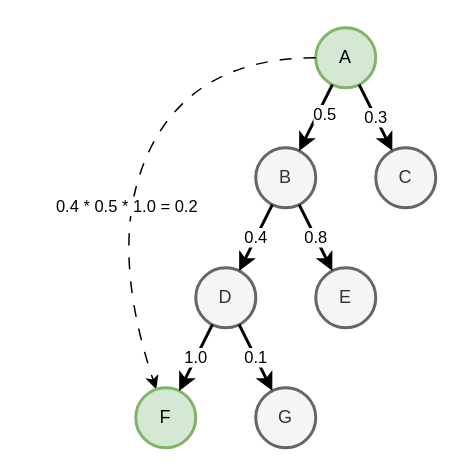
The draw.io diagram Graph/IntegratedWeight/Tree.drawio in jardons/diagrams, before the edit. Source tidied: cells renumbered, new cells numbered last; positions are measured from the earlier drawing's top-left corner, leaving out a move shared by most shapes. Both pictures are drawn from the tidied source at 150%, with x=0, y=0 at pixel (105, 27).
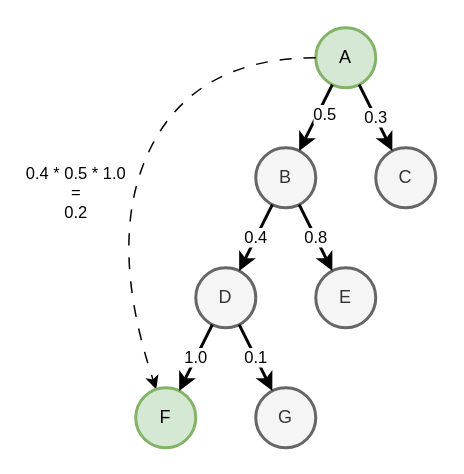
The same diagram, later.

The change refers to these unchanged cells:
```xml
<mxCell id="12" style="curved=1;endArrow=classic;html=1;rounded=0;dashed=1;dashPattern=8 8;strokeWidth=1;" parent="1" edge="1" source="2" target="14">
  <mxGeometry relative="1" as="geometry">
    <Array as="points">
      <mxPoint x="60" y="20" />
      <mxPoint y="140" />
    </Array>
  </mxGeometry>
</mxCell>
```

What changed in the source:
```diff
@@
-    <mxCell id="13" value="0.4 * 0.5 * 1.0 = 0.2" style="edgeLabel;html=1;align=center;verticalAlign=middle;" parent="12" vertex="1">
-      <mxGeometry x="0.18" y="3" relative="1" as="geometry" />
+    <mxCell id="13" value="0.4 * 0.5 * 1.0&lt;div&gt;=&lt;/div&gt;&lt;div&gt;0.2&lt;/div&gt;" style="edgeLabel;html=1;align=center;verticalAlign=middle;" parent="12" vertex="1">
+      <mxGeometry x="0.18" y="3" relative="1" as="geometry">
+        <mxPoint x="-34" y="-9" as="offset" />
+      </mxGeometry>
     </mxCell>
```
